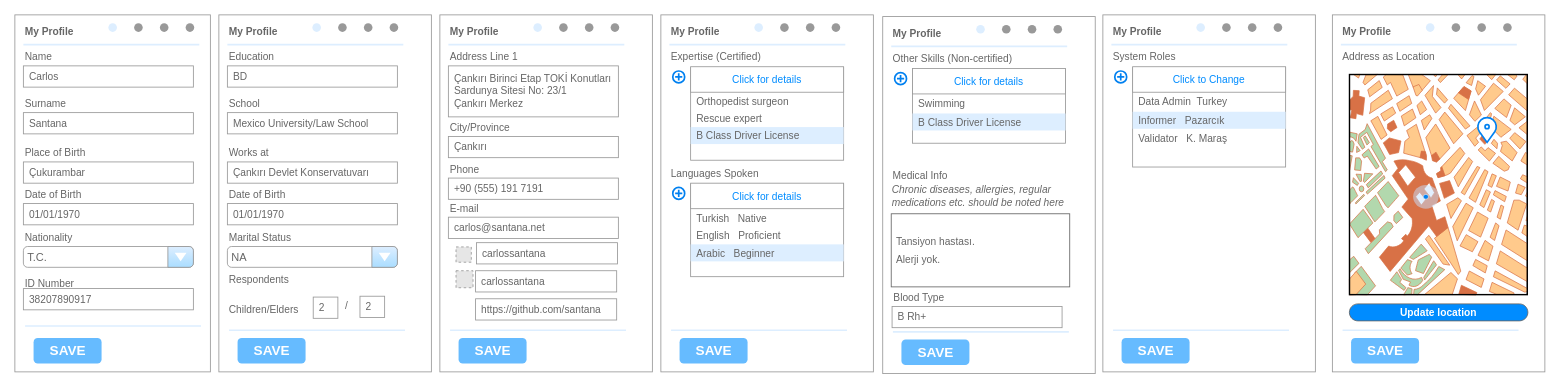
This is page "My Profile" (1 of 2) of mockups/ProfileMockup.drawio from bounswe/bounswe2023group2, a draw.io file, before an edit. Source tidied: cells renumbered, new cells numbered last; positions are measured from the earlier drawing's top-left corner, leaving out a move shared by most shapes. Both pictures are drawn from the tidied source at 85%, with x=0, y=0 at pixel (14, 14). Pictures stored in the file or linked from it are replaced by grey dashed boxes.
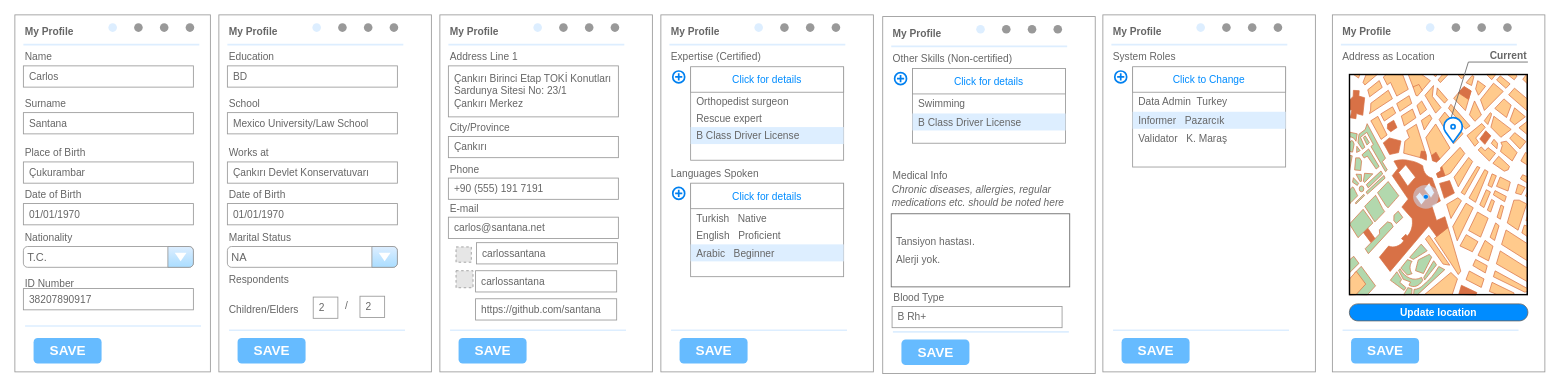
After the change.

The change refers to these unchanged cells:
```xml
<mxCell id="141" style="strokeWidth=1;shadow=0;dashed=0;align=center;html=1;shape=mxgraph.mockup.forms.rrect;rSize=0;strokeColor=#999999;fillColor=#ffffff;fontStyle=0;" parent="140" vertex="1">
  <mxGeometry width="250" height="420" as="geometry" />
</mxCell>
```

Diff of the diagram source:
```diff
@@
     <mxCell id="152" style="html=1;verticalLabelPosition=bottom;align=center;labelBackgroundColor=#ffffff;verticalAlign=top;strokeWidth=2;strokeColor=#0080F0;shadow=0;dashed=0;shape=mxgraph.ios7.icons.location;" parent="141" vertex="1">
-      <mxGeometry x="170" y="120" width="24" height="30" as="geometry" />
+      <mxGeometry x="130" y="120" width="24" height="30" as="geometry" />
     </mxCell>
@@
+    <mxCell id="155" value="&lt;font style=&quot;font-size: 12px;&quot;&gt;&lt;b&gt;Current&lt;/b&gt;&lt;/font&gt;" style="strokeWidth=1;shadow=0;dashed=0;align=center;html=1;shape=mxgraph.mockup.text.callout;linkText=;textSize=17;textColor=#666666;callDir=NE;callStyle=line;fontSize=17;fontColor=#666666;align=right;verticalAlign=top;strokeColor=#666666;" parent="141" vertex="1">
+      <mxGeometry x="140" y="30" width="90" height="90" as="geometry" />
+    </mxCell>
```
